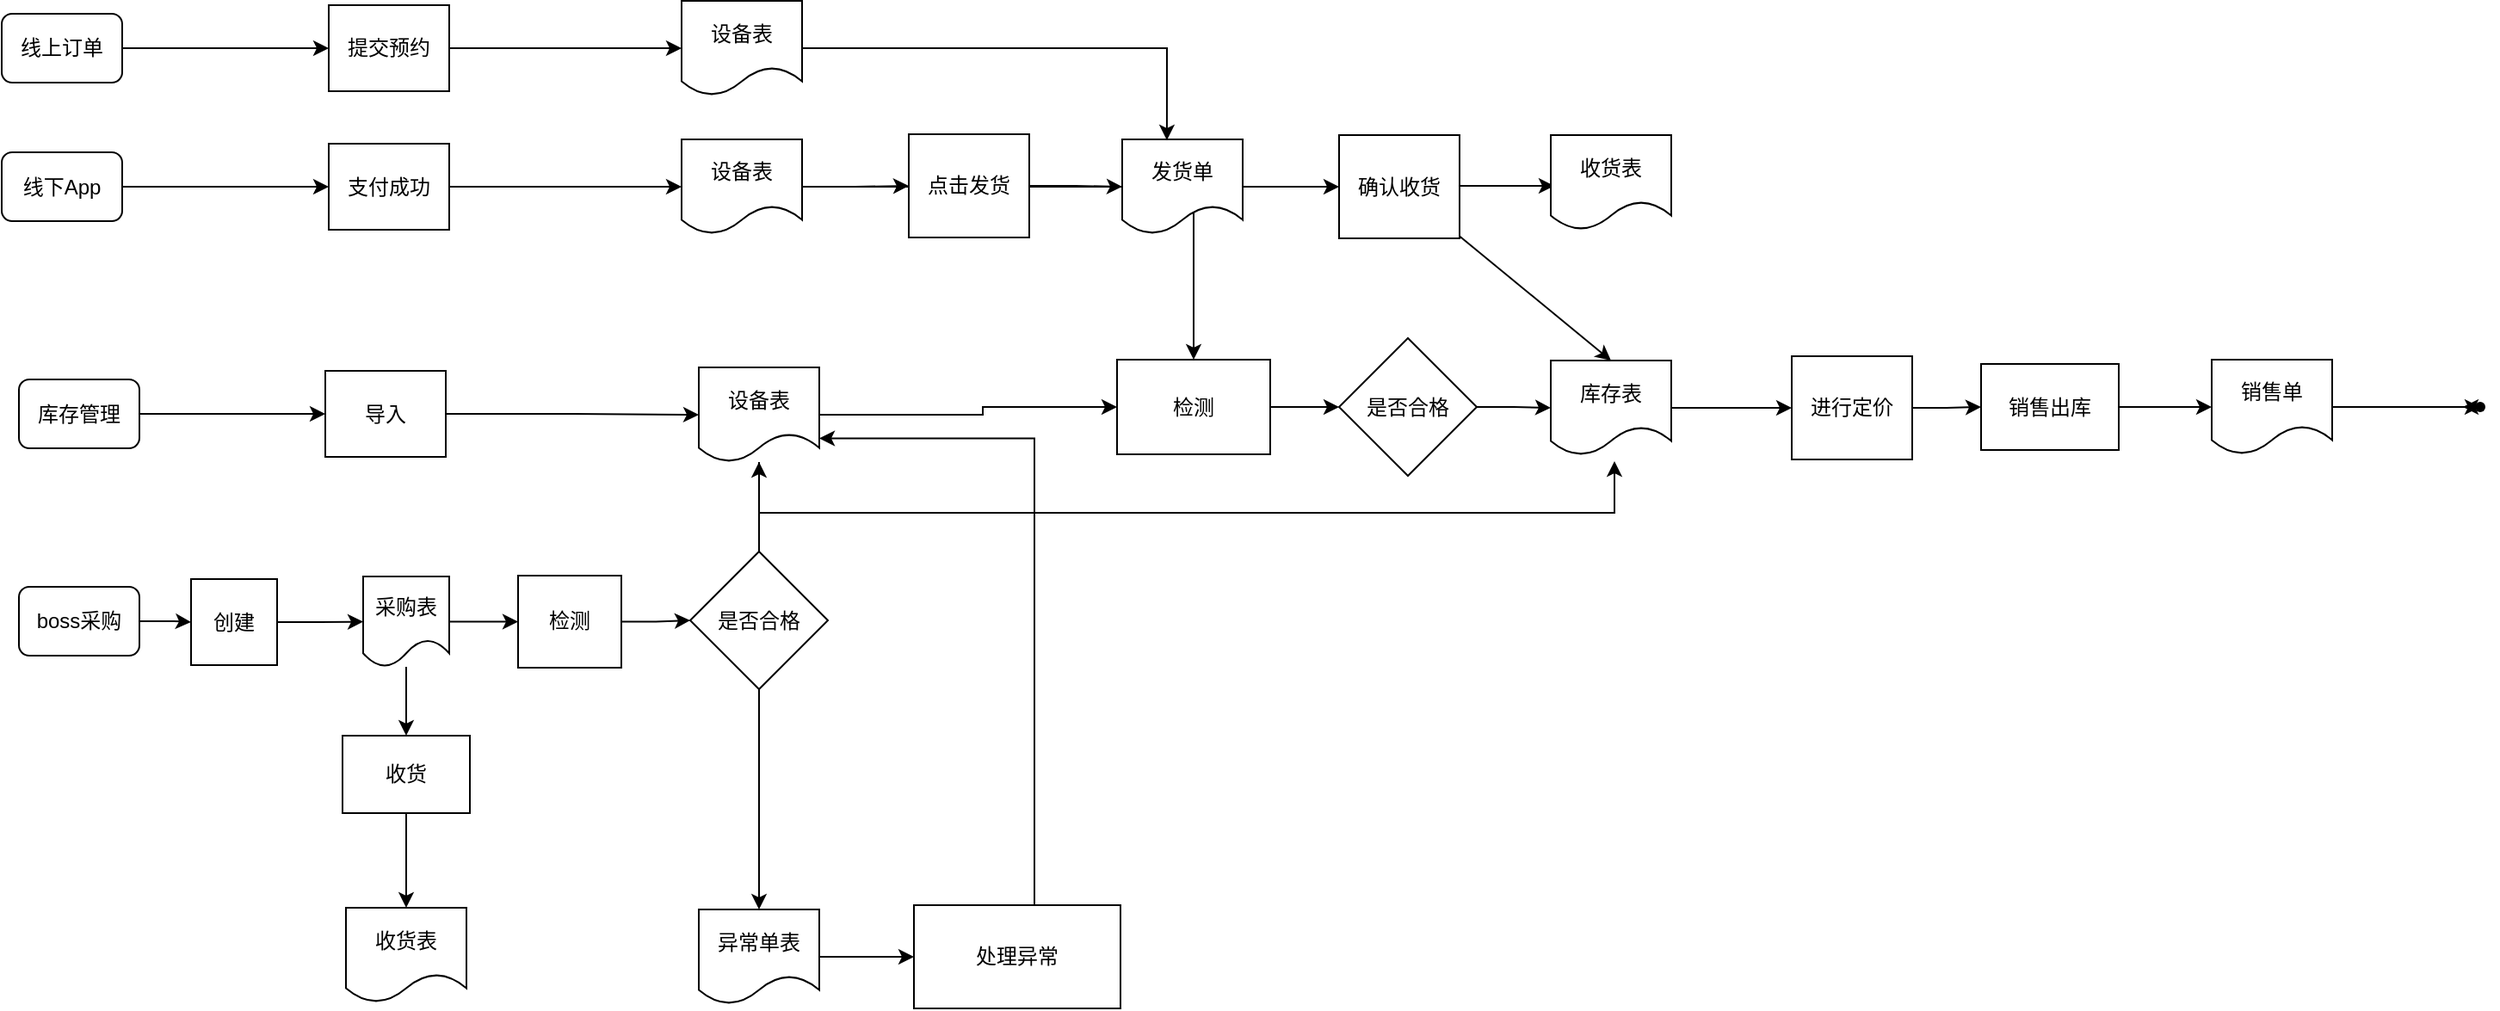
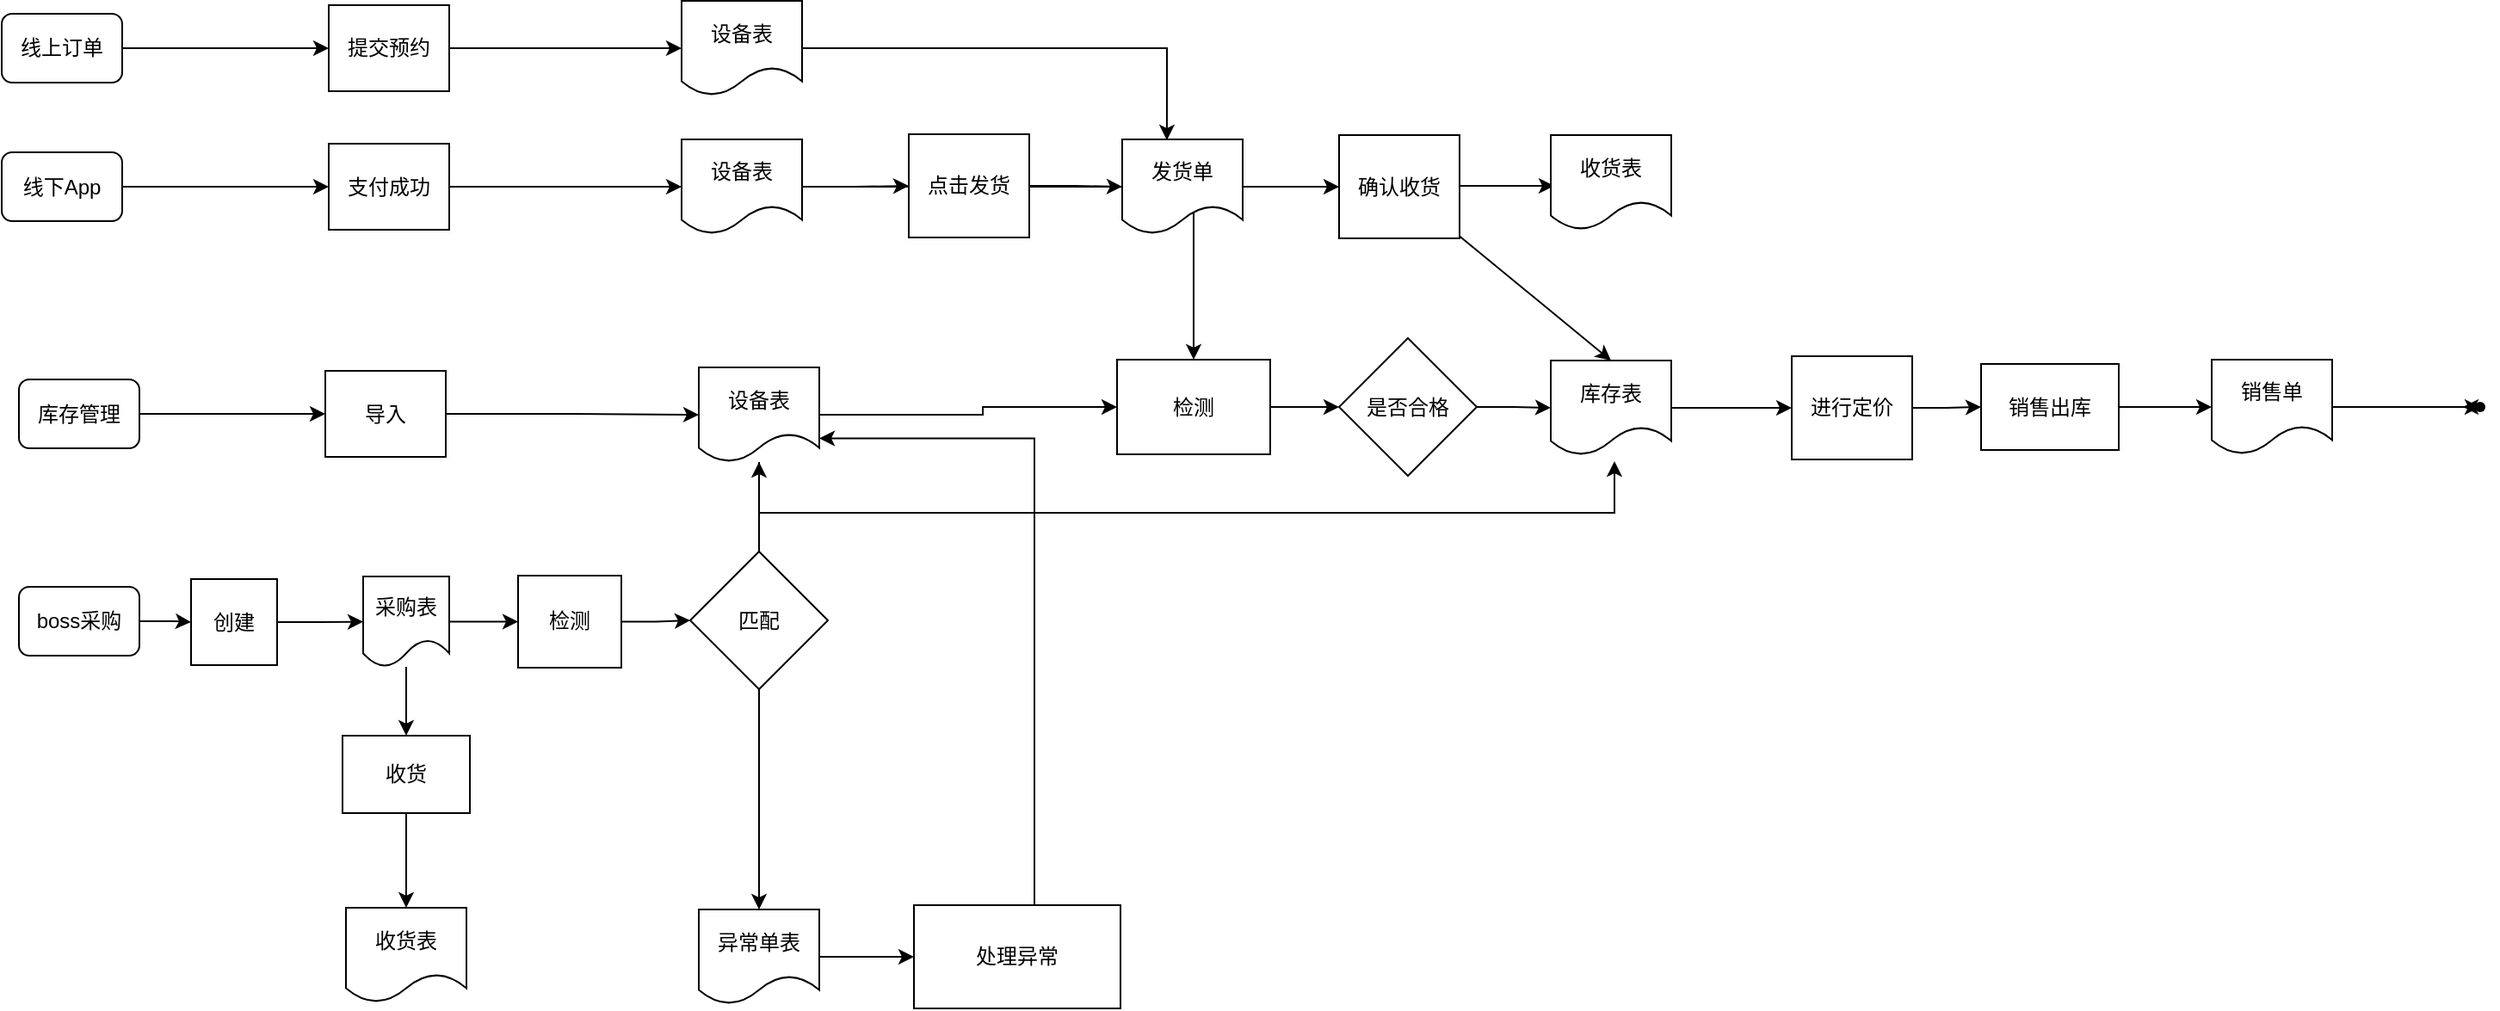
<mxfile host="app.diagrams.net">
  <diagram name="第 1 页" id="s3CgnVwbfZmktE_ADOAM">
-     <mxGraphModel dx="1414" dy="730" grid="1" gridSize="10" guides="1" tooltips="1" connect="1" arrows="1" fold="1" page="1" pageScale="1" pageWidth="827" pageHeight="1169" math="0" shadow="0">
+     <mxGraphModel dx="1884" dy="764" grid="1" gridSize="10" guides="1" tooltips="1" connect="1" arrows="1" fold="1" page="1" pageScale="1" pageWidth="827" pageHeight="1169" math="0" shadow="0">
      <root>
        <mxCell id="0" />
        <mxCell id="1" parent="0" />
        <mxCell id="9bAV4iDaCewVaVFpZhyE-6" edge="1" parent="1" source="9bAV4iDaCewVaVFpZhyE-1" style="edgeStyle=orthogonalEdgeStyle;rounded=0;orthogonalLoop=1;jettySize=auto;html=1;entryX=0;entryY=0.5;entryDx=0;entryDy=0;" target="9bAV4iDaCewVaVFpZhyE-5">
          <mxGeometry relative="1" as="geometry" />
        </mxCell>
        <mxCell id="9bAV4iDaCewVaVFpZhyE-1" parent="1" style="rounded=1;whiteSpace=wrap;html=1;" value="线上订单" vertex="1">
          <mxGeometry height="40" width="70" x="100" y="200" as="geometry" />
        </mxCell>
        <mxCell id="9bAV4iDaCewVaVFpZhyE-8" edge="1" parent="1" source="9bAV4iDaCewVaVFpZhyE-2" style="edgeStyle=orthogonalEdgeStyle;rounded=0;orthogonalLoop=1;jettySize=auto;html=1;entryX=0;entryY=0.5;entryDx=0;entryDy=0;" target="9bAV4iDaCewVaVFpZhyE-7">
          <mxGeometry relative="1" as="geometry" />
        </mxCell>
        <mxCell id="9bAV4iDaCewVaVFpZhyE-2" parent="1" style="rounded=1;whiteSpace=wrap;html=1;" value="线下App" vertex="1">
          <mxGeometry height="40" width="70" x="100" y="280.5" as="geometry" />
        </mxCell>
        <mxCell id="9bAV4iDaCewVaVFpZhyE-18" edge="1" parent="1" source="9bAV4iDaCewVaVFpZhyE-4" style="edgeStyle=orthogonalEdgeStyle;rounded=0;orthogonalLoop=1;jettySize=auto;html=1;entryX=0;entryY=0.5;entryDx=0;entryDy=0;" target="9bAV4iDaCewVaVFpZhyE-17">
          <mxGeometry relative="1" as="geometry" />
        </mxCell>
        <mxCell id="9bAV4iDaCewVaVFpZhyE-4" parent="1" style="rounded=1;whiteSpace=wrap;html=1;" value="boss采购" vertex="1">
          <mxGeometry height="40" width="70" x="110" y="533" as="geometry" />
        </mxCell>
        <mxCell id="9bAV4iDaCewVaVFpZhyE-13" edge="1" parent="1" source="9bAV4iDaCewVaVFpZhyE-5" style="edgeStyle=orthogonalEdgeStyle;rounded=0;orthogonalLoop=1;jettySize=auto;html=1;entryX=0;entryY=0.5;entryDx=0;entryDy=0;" target="9bAV4iDaCewVaVFpZhyE-10">
          <mxGeometry relative="1" as="geometry" />
        </mxCell>
        <mxCell id="9bAV4iDaCewVaVFpZhyE-5" parent="1" style="rounded=0;whiteSpace=wrap;html=1;" value="提交预约" vertex="1">
          <mxGeometry height="50" width="70" x="290" y="195" as="geometry" />
        </mxCell>
        <mxCell id="9bAV4iDaCewVaVFpZhyE-14" edge="1" parent="1" source="9bAV4iDaCewVaVFpZhyE-7" style="edgeStyle=orthogonalEdgeStyle;rounded=0;orthogonalLoop=1;jettySize=auto;html=1;entryX=0;entryY=0.5;entryDx=0;entryDy=0;" target="9bAV4iDaCewVaVFpZhyE-11">
          <mxGeometry relative="1" as="geometry" />
        </mxCell>
        <mxCell id="9bAV4iDaCewVaVFpZhyE-7" parent="1" style="rounded=0;whiteSpace=wrap;html=1;" value="支付成功" vertex="1">
          <mxGeometry height="50" width="70" x="290" y="275.5" as="geometry" />
        </mxCell>
        <mxCell id="GVKssT9AvyQaVMVPeHK4-81" edge="1" parent="1" source="9bAV4iDaCewVaVFpZhyE-9" style="edgeStyle=orthogonalEdgeStyle;rounded=0;orthogonalLoop=1;jettySize=auto;html=1;" target="GVKssT9AvyQaVMVPeHK4-80" value="">
          <mxGeometry relative="1" as="geometry" />
        </mxCell>
        <mxCell id="9bAV4iDaCewVaVFpZhyE-9" parent="1" style="rounded=0;whiteSpace=wrap;html=1;" value="收货" vertex="1">
          <mxGeometry height="45" width="74" x="298" y="619.5" as="geometry" />
        </mxCell>
        <mxCell id="9bAV4iDaCewVaVFpZhyE-10" parent="1" style="shape=document;whiteSpace=wrap;html=1;boundedLbl=1;" value="设备表" vertex="1">
          <mxGeometry height="55" width="70" x="495" y="192.5" as="geometry" />
        </mxCell>
        <mxCell id="GVKssT9AvyQaVMVPeHK4-16" edge="1" parent="1" source="9bAV4iDaCewVaVFpZhyE-11" style="edgeStyle=orthogonalEdgeStyle;rounded=0;orthogonalLoop=1;jettySize=auto;html=1;entryX=0.5;entryY=0;entryDx=0;entryDy=0;" target="GVKssT9AvyQaVMVPeHK4-11">
          <mxGeometry relative="1" as="geometry" />
        </mxCell>
        <mxCell id="GVKssT9AvyQaVMVPeHK4-46" edge="1" parent="1" source="9bAV4iDaCewVaVFpZhyE-11" style="edgeStyle=orthogonalEdgeStyle;rounded=0;orthogonalLoop=1;jettySize=auto;html=1;entryX=0;entryY=0.5;entryDx=0;entryDy=0;" target="GVKssT9AvyQaVMVPeHK4-45">
          <mxGeometry relative="1" as="geometry" />
        </mxCell>
        <mxCell id="9bAV4iDaCewVaVFpZhyE-11" parent="1" style="shape=document;whiteSpace=wrap;html=1;boundedLbl=1;" value="设备表" vertex="1">
          <mxGeometry height="55" width="70" x="495" y="273" as="geometry" />
        </mxCell>
        <mxCell id="9bAV4iDaCewVaVFpZhyE-20" edge="1" parent="1" source="9bAV4iDaCewVaVFpZhyE-17" style="edgeStyle=orthogonalEdgeStyle;rounded=0;orthogonalLoop=1;jettySize=auto;html=1;entryX=0;entryY=0.5;entryDx=0;entryDy=0;" target="9bAV4iDaCewVaVFpZhyE-19">
          <mxGeometry relative="1" as="geometry" />
        </mxCell>
        <mxCell id="9bAV4iDaCewVaVFpZhyE-17" parent="1" style="rounded=0;whiteSpace=wrap;html=1;" value="创建" vertex="1">
          <mxGeometry height="50" width="50" x="210" y="528.5" as="geometry" />
        </mxCell>
        <mxCell id="GVKssT9AvyQaVMVPeHK4-70" edge="1" parent="1" source="9bAV4iDaCewVaVFpZhyE-19" style="edgeStyle=orthogonalEdgeStyle;rounded=0;orthogonalLoop=1;jettySize=auto;html=1;" target="9bAV4iDaCewVaVFpZhyE-9" value="">
          <mxGeometry relative="1" as="geometry" />
        </mxCell>
        <mxCell id="GVKssT9AvyQaVMVPeHK4-86" edge="1" parent="1" source="9bAV4iDaCewVaVFpZhyE-19" style="edgeStyle=orthogonalEdgeStyle;rounded=0;orthogonalLoop=1;jettySize=auto;html=1;" target="GVKssT9AvyQaVMVPeHK4-85" value="">
          <mxGeometry relative="1" as="geometry" />
        </mxCell>
        <mxCell id="9bAV4iDaCewVaVFpZhyE-19" parent="1" style="shape=document;whiteSpace=wrap;html=1;boundedLbl=1;" value="采购表" vertex="1">
          <mxGeometry height="52.5" width="50" x="310" y="527" as="geometry" />
        </mxCell>
        <mxCell id="GVKssT9AvyQaVMVPeHK4-67" edge="1" parent="1" source="GVKssT9AvyQaVMVPeHK4-10" style="edgeStyle=orthogonalEdgeStyle;rounded=0;orthogonalLoop=1;jettySize=auto;html=1;" target="GVKssT9AvyQaVMVPeHK4-13" value="">
          <mxGeometry relative="1" as="geometry" />
        </mxCell>
        <mxCell id="GVKssT9AvyQaVMVPeHK4-10" parent="1" style="rhombus;whiteSpace=wrap;html=1;" value="是否合格" vertex="1">
          <mxGeometry height="80" width="80" x="877" y="388.5" as="geometry" />
        </mxCell>
        <mxCell id="GVKssT9AvyQaVMVPeHK4-74" edge="1" parent="1" source="GVKssT9AvyQaVMVPeHK4-11" style="edgeStyle=orthogonalEdgeStyle;rounded=0;orthogonalLoop=1;jettySize=auto;html=1;" target="GVKssT9AvyQaVMVPeHK4-10" value="">
          <mxGeometry relative="1" as="geometry" />
        </mxCell>
        <mxCell id="GVKssT9AvyQaVMVPeHK4-11" parent="1" style="rounded=0;whiteSpace=wrap;html=1;" value="&lt;span style=&quot;text-align: left;&quot;&gt;检测&lt;/span&gt;" vertex="1">
          <mxGeometry height="55" width="89" x="748" y="401" as="geometry" />
        </mxCell>
        <mxCell id="GVKssT9AvyQaVMVPeHK4-60" edge="1" parent="1" source="GVKssT9AvyQaVMVPeHK4-13" style="edgeStyle=orthogonalEdgeStyle;rounded=0;orthogonalLoop=1;jettySize=auto;html=1;" target="GVKssT9AvyQaVMVPeHK4-19" value="">
          <mxGeometry relative="1" as="geometry" />
        </mxCell>
        <mxCell id="GVKssT9AvyQaVMVPeHK4-13" parent="1" style="shape=document;whiteSpace=wrap;html=1;boundedLbl=1;" value="库存表" vertex="1">
          <mxGeometry height="55" width="70" x="1000" y="401.5" as="geometry" />
        </mxCell>
        <mxCell id="GVKssT9AvyQaVMVPeHK4-22" edge="1" parent="1" source="GVKssT9AvyQaVMVPeHK4-19" style="edgeStyle=orthogonalEdgeStyle;rounded=0;orthogonalLoop=1;jettySize=auto;html=1;" target="GVKssT9AvyQaVMVPeHK4-21" value="">
          <mxGeometry relative="1" as="geometry" />
        </mxCell>
        <mxCell id="GVKssT9AvyQaVMVPeHK4-19" parent="1" style="rounded=0;whiteSpace=wrap;html=1;" value="进行定价" vertex="1">
          <mxGeometry height="60" width="70" x="1140" y="399" as="geometry" />
        </mxCell>
        <mxCell id="GVKssT9AvyQaVMVPeHK4-25" edge="1" parent="1" source="GVKssT9AvyQaVMVPeHK4-21" style="edgeStyle=orthogonalEdgeStyle;rounded=0;orthogonalLoop=1;jettySize=auto;html=1;" target="GVKssT9AvyQaVMVPeHK4-24" value="">
          <mxGeometry relative="1" as="geometry" />
        </mxCell>
        <mxCell id="GVKssT9AvyQaVMVPeHK4-21" parent="1" style="whiteSpace=wrap;html=1;rounded=0;" value="销售出库" vertex="1">
          <mxGeometry height="50" width="80" x="1250" y="403.5" as="geometry" />
        </mxCell>
        <mxCell id="GVKssT9AvyQaVMVPeHK4-62" edge="1" parent="1" source="GVKssT9AvyQaVMVPeHK4-61" style="edgeStyle=orthogonalEdgeStyle;rounded=0;orthogonalLoop=1;jettySize=auto;html=1;" value="">
          <mxGeometry relative="1" as="geometry">
            <mxPoint x="1530" y="429" as="targetPoint" />
          </mxGeometry>
        </mxCell>
        <mxCell id="GVKssT9AvyQaVMVPeHK4-24" parent="1" style="shape=document;whiteSpace=wrap;html=1;boundedLbl=1;" value="销售单" vertex="1">
          <mxGeometry height="55" width="70" x="1384" y="401" as="geometry" />
        </mxCell>
        <mxCell id="GVKssT9AvyQaVMVPeHK4-50" edge="1" parent="1" source="GVKssT9AvyQaVMVPeHK4-26" style="edgeStyle=orthogonalEdgeStyle;rounded=0;orthogonalLoop=1;jettySize=auto;html=1;" target="GVKssT9AvyQaVMVPeHK4-49" value="">
          <mxGeometry relative="1" as="geometry" />
        </mxCell>
        <mxCell id="GVKssT9AvyQaVMVPeHK4-26" parent="1" style="shape=document;whiteSpace=wrap;html=1;boundedLbl=1;" value="发货单" vertex="1">
          <mxGeometry height="55" width="70" x="751" y="273" as="geometry" />
        </mxCell>
        <mxCell id="GVKssT9AvyQaVMVPeHK4-30" edge="1" parent="1" source="9bAV4iDaCewVaVFpZhyE-2" style="edgeStyle=orthogonalEdgeStyle;rounded=0;orthogonalLoop=1;jettySize=auto;html=1;exitX=0.5;exitY=1;exitDx=0;exitDy=0;" target="9bAV4iDaCewVaVFpZhyE-2">
          <mxGeometry relative="1" as="geometry" />
        </mxCell>
        <mxCell id="GVKssT9AvyQaVMVPeHK4-31" edge="1" parent="1" style="edgeStyle=orthogonalEdgeStyle;rounded=0;orthogonalLoop=1;jettySize=auto;html=1;exitX=0.5;exitY=1;exitDx=0;exitDy=0;">
          <mxGeometry relative="1" as="geometry">
            <mxPoint x="200" y="390" as="sourcePoint" />
            <mxPoint x="200" y="390" as="targetPoint" />
          </mxGeometry>
        </mxCell>
        <mxCell id="GVKssT9AvyQaVMVPeHK4-34" edge="1" parent="1" source="GVKssT9AvyQaVMVPeHK4-32" style="edgeStyle=orthogonalEdgeStyle;rounded=0;orthogonalLoop=1;jettySize=auto;html=1;entryX=0;entryY=0.5;entryDx=0;entryDy=0;" target="GVKssT9AvyQaVMVPeHK4-33">
          <mxGeometry relative="1" as="geometry" />
        </mxCell>
        <mxCell id="GVKssT9AvyQaVMVPeHK4-32" parent="1" style="rounded=1;whiteSpace=wrap;html=1;" value="库存管理" vertex="1">
          <mxGeometry height="40" width="70" x="110" y="412.5" as="geometry" />
        </mxCell>
        <mxCell id="GVKssT9AvyQaVMVPeHK4-33" parent="1" style="rounded=0;whiteSpace=wrap;html=1;" value="导入" vertex="1">
          <mxGeometry height="50" width="70" x="288" y="407.5" as="geometry" />
        </mxCell>
        <mxCell id="GVKssT9AvyQaVMVPeHK4-39" edge="1" parent="1" style="edgeStyle=orthogonalEdgeStyle;rounded=0;orthogonalLoop=1;jettySize=auto;html=1;exitX=0.5;exitY=1;exitDx=0;exitDy=0;">
          <mxGeometry relative="1" as="geometry">
            <mxPoint x="133" y="453.5" as="sourcePoint" />
            <mxPoint x="133" y="453.5" as="targetPoint" />
          </mxGeometry>
        </mxCell>
        <mxCell id="GVKssT9AvyQaVMVPeHK4-75" edge="1" parent="1" source="GVKssT9AvyQaVMVPeHK4-40" style="edgeStyle=orthogonalEdgeStyle;rounded=0;orthogonalLoop=1;jettySize=auto;html=1;">
          <mxGeometry relative="1" as="geometry">
            <Array as="points">
              <mxPoint x="540" y="490" />
              <mxPoint x="1037" y="490" />
            </Array>
            <mxPoint x="1037" y="460" as="targetPoint" />
          </mxGeometry>
        </mxCell>
        <mxCell id="GVKssT9AvyQaVMVPeHK4-94" edge="1" parent="1" source="GVKssT9AvyQaVMVPeHK4-40" style="edgeStyle=orthogonalEdgeStyle;rounded=0;orthogonalLoop=1;jettySize=auto;html=1;entryX=0;entryY=0.5;entryDx=0;entryDy=0;" target="GVKssT9AvyQaVMVPeHK4-11">
          <mxGeometry relative="1" as="geometry">
            <Array as="points">
              <mxPoint x="670" y="433" />
              <mxPoint x="670" y="429" />
            </Array>
          </mxGeometry>
        </mxCell>
        <mxCell id="GVKssT9AvyQaVMVPeHK4-40" parent="1" style="shape=document;whiteSpace=wrap;html=1;boundedLbl=1;" value="设备表" vertex="1">
          <mxGeometry height="55" width="70" x="505" y="405.5" as="geometry" />
        </mxCell>
        <mxCell id="GVKssT9AvyQaVMVPeHK4-41" edge="1" parent="1" source="GVKssT9AvyQaVMVPeHK4-33" style="edgeStyle=orthogonalEdgeStyle;rounded=0;orthogonalLoop=1;jettySize=auto;html=1;entryX=0;entryY=0.5;entryDx=0;entryDy=0;" target="GVKssT9AvyQaVMVPeHK4-40">
          <mxGeometry relative="1" as="geometry" />
        </mxCell>
        <mxCell id="GVKssT9AvyQaVMVPeHK4-47" edge="1" parent="1" source="GVKssT9AvyQaVMVPeHK4-45" style="edgeStyle=orthogonalEdgeStyle;rounded=0;orthogonalLoop=1;jettySize=auto;html=1;entryX=0;entryY=0.5;entryDx=0;entryDy=0;" target="GVKssT9AvyQaVMVPeHK4-26">
          <mxGeometry relative="1" as="geometry" />
        </mxCell>
        <mxCell id="GVKssT9AvyQaVMVPeHK4-45" parent="1" style="rounded=0;whiteSpace=wrap;html=1;" value="点击发货" vertex="1">
          <mxGeometry height="60" width="70" x="627" y="270" as="geometry" />
        </mxCell>
        <mxCell id="GVKssT9AvyQaVMVPeHK4-48" edge="1" parent="1" source="9bAV4iDaCewVaVFpZhyE-10" style="edgeStyle=orthogonalEdgeStyle;rounded=0;orthogonalLoop=1;jettySize=auto;html=1;entryX=0.371;entryY=0.009;entryDx=0;entryDy=0;entryPerimeter=0;" target="GVKssT9AvyQaVMVPeHK4-26">
          <mxGeometry relative="1" as="geometry" />
        </mxCell>
        <mxCell id="GVKssT9AvyQaVMVPeHK4-52" edge="1" parent="1" source="GVKssT9AvyQaVMVPeHK4-49" style="edgeStyle=orthogonalEdgeStyle;rounded=0;orthogonalLoop=1;jettySize=auto;html=1;" value="">
          <mxGeometry relative="1" as="geometry">
            <mxPoint x="1002" y="300" as="targetPoint" />
          </mxGeometry>
        </mxCell>
        <mxCell id="GVKssT9AvyQaVMVPeHK4-76" edge="1" parent="1" source="GVKssT9AvyQaVMVPeHK4-49" style="rounded=0;orthogonalLoop=1;jettySize=auto;html=1;entryX=0.5;entryY=0;entryDx=0;entryDy=0;" target="GVKssT9AvyQaVMVPeHK4-13">
          <mxGeometry relative="1" as="geometry" />
        </mxCell>
        <mxCell id="GVKssT9AvyQaVMVPeHK4-49" parent="1" style="whiteSpace=wrap;html=1;" value="确认收货" vertex="1">
          <mxGeometry height="60" width="70" x="877" y="270.5" as="geometry" />
        </mxCell>
        <mxCell id="GVKssT9AvyQaVMVPeHK4-65" edge="1" parent="1" source="GVKssT9AvyQaVMVPeHK4-24" style="edgeStyle=orthogonalEdgeStyle;rounded=0;orthogonalLoop=1;jettySize=auto;html=1;" target="GVKssT9AvyQaVMVPeHK4-61" value="">
          <mxGeometry relative="1" as="geometry">
            <mxPoint x="1454" y="429" as="sourcePoint" />
            <mxPoint x="1530" y="429" as="targetPoint" />
          </mxGeometry>
        </mxCell>
        <mxCell id="GVKssT9AvyQaVMVPeHK4-61" parent="1" style="shape=waypoint;sketch=0;size=6;pointerEvents=1;points=[];fillColor=default;resizable=0;rotatable=0;perimeter=centerPerimeter;snapToPoint=1;" value="" vertex="1">
          <mxGeometry height="20" width="20" x="1530" y="418.5" as="geometry" />
        </mxCell>
        <mxCell id="GVKssT9AvyQaVMVPeHK4-79" parent="1" style="shape=document;whiteSpace=wrap;html=1;boundedLbl=1;" value="收货表" vertex="1">
          <mxGeometry height="55" width="70" x="1000" y="270.5" as="geometry" />
        </mxCell>
        <mxCell id="GVKssT9AvyQaVMVPeHK4-80" parent="1" style="shape=document;whiteSpace=wrap;html=1;boundedLbl=1;" value="收货表" vertex="1">
          <mxGeometry height="55" width="70" x="300" y="719.5" as="geometry" />
        </mxCell>
        <mxCell id="GVKssT9AvyQaVMVPeHK4-88" edge="1" parent="1" source="GVKssT9AvyQaVMVPeHK4-85" style="edgeStyle=orthogonalEdgeStyle;rounded=0;orthogonalLoop=1;jettySize=auto;html=1;" target="GVKssT9AvyQaVMVPeHK4-87" value="">
          <mxGeometry relative="1" as="geometry" />
        </mxCell>
        <mxCell id="GVKssT9AvyQaVMVPeHK4-85" parent="1" style="rounded=0;whiteSpace=wrap;html=1;" value="&lt;span style=&quot;text-align: left;&quot;&gt;检测&lt;/span&gt;" vertex="1">
          <mxGeometry height="53.5" width="60" x="400" y="526.5" as="geometry" />
        </mxCell>
        <mxCell id="GVKssT9AvyQaVMVPeHK4-91" edge="1" parent="1" source="GVKssT9AvyQaVMVPeHK4-87" style="edgeStyle=orthogonalEdgeStyle;rounded=0;orthogonalLoop=1;jettySize=auto;html=1;" target="GVKssT9AvyQaVMVPeHK4-40" value="">
          <mxGeometry relative="1" as="geometry" />
        </mxCell>
        <mxCell id="GVKssT9AvyQaVMVPeHK4-93" edge="1" parent="1" source="GVKssT9AvyQaVMVPeHK4-87" style="edgeStyle=orthogonalEdgeStyle;rounded=0;orthogonalLoop=1;jettySize=auto;html=1;entryX=0.5;entryY=0;entryDx=0;entryDy=0;" target="GVKssT9AvyQaVMVPeHK4-92">
          <mxGeometry relative="1" as="geometry" />
        </mxCell>
-         <mxCell id="GVKssT9AvyQaVMVPeHK4-87" parent="1" style="rhombus;whiteSpace=wrap;html=1;" value="是否合格" vertex="1">
+         <mxCell id="GVKssT9AvyQaVMVPeHK4-87" parent="1" style="rhombus;whiteSpace=wrap;html=1;" value="匹配" vertex="1">
          <mxGeometry height="80" width="80" x="500" y="512.5" as="geometry" />
        </mxCell>
        <mxCell id="GVKssT9AvyQaVMVPeHK4-96" edge="1" parent="1" source="GVKssT9AvyQaVMVPeHK4-92" style="edgeStyle=orthogonalEdgeStyle;rounded=0;orthogonalLoop=1;jettySize=auto;html=1;" target="GVKssT9AvyQaVMVPeHK4-95" value="">
          <mxGeometry relative="1" as="geometry" />
        </mxCell>
        <mxCell id="GVKssT9AvyQaVMVPeHK4-92" parent="1" style="shape=document;whiteSpace=wrap;html=1;boundedLbl=1;" value="异常单表" vertex="1">
          <mxGeometry height="55" width="70" x="505" y="720.5" as="geometry" />
        </mxCell>
        <mxCell id="GVKssT9AvyQaVMVPeHK4-97" edge="1" parent="1" source="GVKssT9AvyQaVMVPeHK4-95" style="edgeStyle=orthogonalEdgeStyle;rounded=0;orthogonalLoop=1;jettySize=auto;html=1;entryX=1;entryY=0.75;entryDx=0;entryDy=0;exitX=1;exitY=0.5;exitDx=0;exitDy=0;" target="GVKssT9AvyQaVMVPeHK4-40">
          <mxGeometry relative="1" as="geometry">
            <Array as="points">
              <mxPoint x="700" y="748" />
              <mxPoint x="700" y="447" />
            </Array>
          </mxGeometry>
        </mxCell>
        <mxCell id="GVKssT9AvyQaVMVPeHK4-95" parent="1" style="whiteSpace=wrap;html=1;" value="处理异常" vertex="1">
          <mxGeometry height="60" width="120" x="630" y="718" as="geometry" />
        </mxCell>
      </root>
    </mxGraphModel>
  </diagram>
</mxfile>
